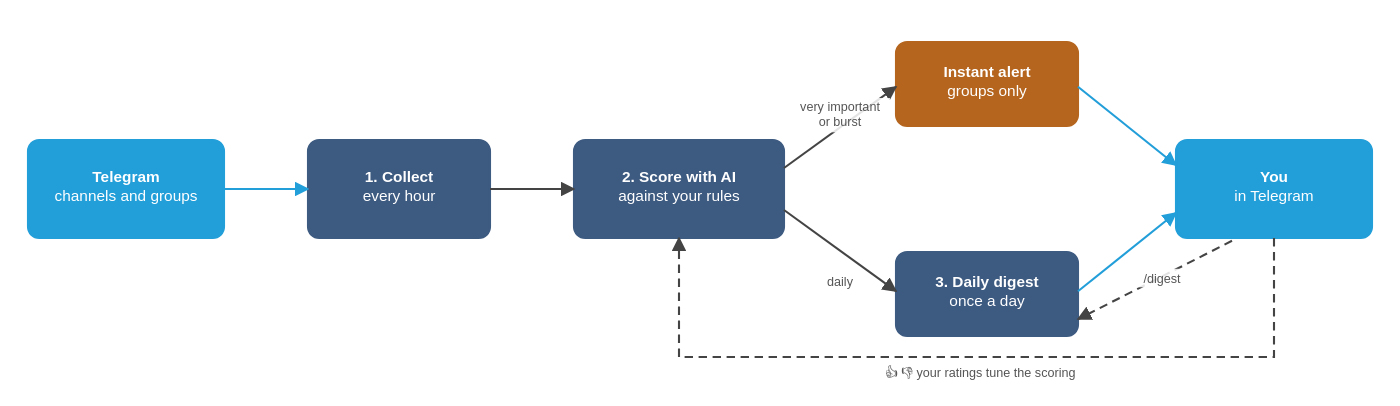
Before: docs/user-guide/images/life-of-a-post.drawio.svg, a diagram exported from draw.io (KopylP/signal-feed). Source tidied: cells renumbered, new cells last; positions are measured from the earlier drawing's top-left corner, leaving out a move shared by most shapes.
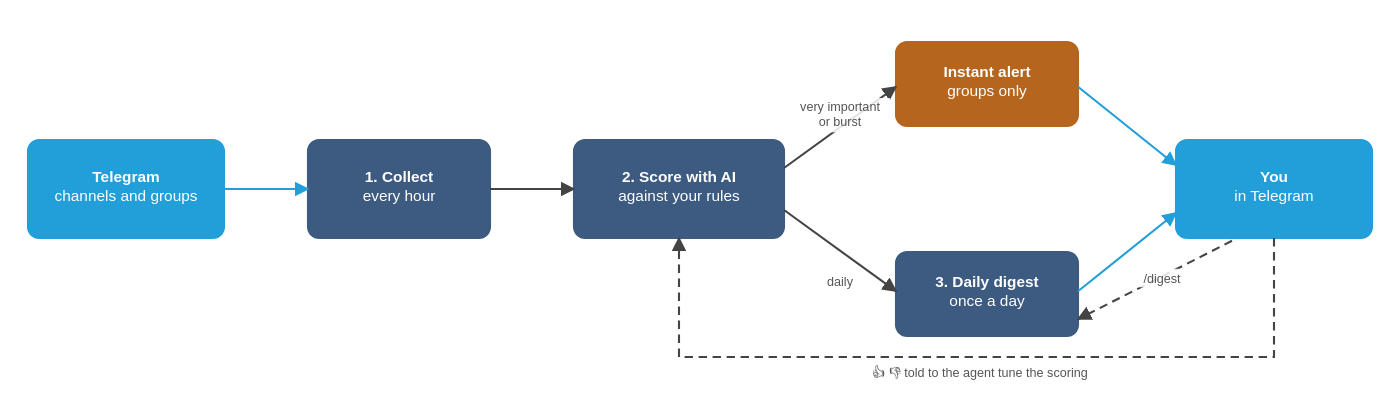
The same file after the commit.

The edit, as a diff of the source:
```diff
@@ -70,7 +70,7 @@
         </Array>
       </mxGeometry>
     </mxCell>
-    <mxCell id="23" value="👍 👎 your ratings tune the scoring" style="text;html=1;whiteSpace=wrap;align=center;verticalAlign=top;spacing=0;fontSize=9;fontColor=#555555;fillColor=#ffffff;opacity=85;" parent="1" vertex="1">
+    <mxCell id="23" value="👍 👎 told to the agent tune the scoring" style="text;html=1;whiteSpace=wrap;align=center;verticalAlign=top;spacing=0;fontSize=9;fontColor=#555555;fillColor=#ffffff;opacity=85;" parent="1" vertex="1">
       <mxGeometry x="580" y="229" width="200" height="15" as="geometry" />
     </mxCell>
     <mxCell id="24" style="endArrow=block;html=1;strokeColor=#444444;strokeWidth=1.5;dashed=1;rounded=0;edgeStyle=none;" parent="1" edge="1" source="12" target="10">
```
